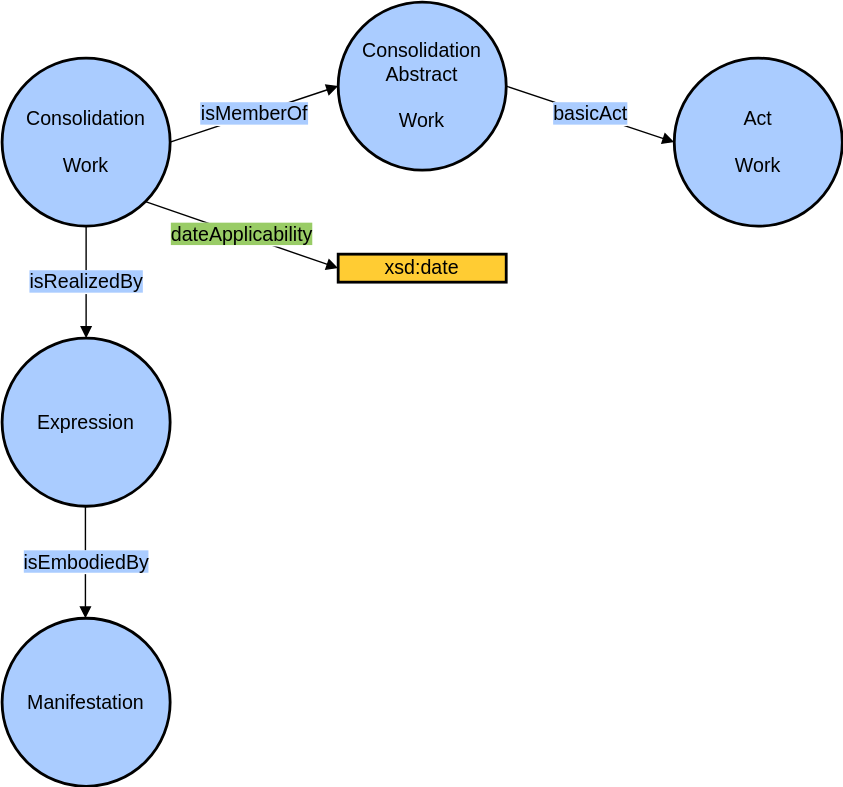
Before: doc/img/cc_general.svg, a diagram exported from draw.io (bequrios/jolux-sphinx). Source tidied: cells renumbered, new cells last; positions are measured from the earlier drawing's top-left corner, leaving out a move shared by most shapes. Source of this version:
```xml
<mxGraphModel>
  <root>
    <mxCell id="0" />
    <mxCell id="1" parent="0" />
    <mxCell id="2" value="Consolidation&lt;br&gt;Abstract&lt;br&gt;&lt;br&gt;Work" style="ellipse;whiteSpace=wrap;html=1;rounded=0;shadow=0;glass=0;comic=0;strokeColor=#000000;strokeWidth=2;fillColor=#acf;gradientColor=none;fontSize=14;fontColor=#000000;align=center;" parent="1" vertex="1">
      <mxGeometry x="240" width="120" height="120" as="geometry" />
    </mxCell>
    <mxCell id="3" value="Consolidation&lt;br&gt;&lt;br&gt;Work" style="ellipse;whiteSpace=wrap;html=1;rounded=0;shadow=0;glass=0;comic=0;strokeColor=#000000;strokeWidth=2;fillColor=#acf;gradientColor=none;fontSize=14;fontColor=#000000;align=center;" parent="1" vertex="1">
      <mxGeometry y="40" width="120" height="120" as="geometry" />
    </mxCell>
    <mxCell id="4" value="xsd:date" style="whiteSpace=wrap;html=1;rounded=0;shadow=0;glass=0;comic=0;strokeColor=#000000;strokeWidth=2;fillColor=#fc3;gradientColor=none;fontSize=14;fontColor=#000000;align=center;" parent="1" vertex="1">
      <mxGeometry x="240" y="180" width="120" height="20" as="geometry" />
    </mxCell>
    <mxCell id="5" value="&lt;span style=&quot;background-color: rgb(153 , 204 , 102)&quot;&gt;dateApplicability&lt;/span&gt;" style="endArrow=block;html=1;strokeColor=#000000;fontSize=14;fontColor=#000000;endFill=1;exitX=1;exitY=1;exitDx=0;exitDy=0;entryX=0;entryY=0.5;entryDx=0;entryDy=0;" parent="1" edge="1" source="3" target="4">
      <mxGeometry relative="1" as="geometry" />
    </mxCell>
    <mxCell id="6" value="&lt;span style=&quot;background-color: rgb(170 , 204 , 255)&quot;&gt;isMemberOf&lt;/span&gt;" style="endArrow=block;html=1;strokeColor=#000000;fontSize=14;fontColor=#000000;endFill=1;exitX=1;exitY=0.5;exitDx=0;exitDy=0;entryX=0;entryY=0.5;entryDx=0;entryDy=0;" parent="1" edge="1" source="3" target="2">
      <mxGeometry relative="1" as="geometry" />
    </mxCell>
    <mxCell id="7" value="Expression" style="ellipse;whiteSpace=wrap;html=1;rounded=0;shadow=0;glass=0;comic=0;strokeColor=#000000;strokeWidth=2;fillColor=#acf;gradientColor=none;fontSize=14;fontColor=#000000;align=center;" parent="1" vertex="1">
      <mxGeometry y="240" width="120" height="120" as="geometry" />
    </mxCell>
    <mxCell id="8" value="Manifestation" style="ellipse;whiteSpace=wrap;html=1;rounded=0;shadow=0;glass=0;comic=0;strokeColor=#000000;strokeWidth=2;fillColor=#acf;gradientColor=none;fontSize=14;fontColor=#000000;align=center;" parent="1" vertex="1">
      <mxGeometry y="440" width="120" height="120" as="geometry" />
    </mxCell>
    <mxCell id="9" value="&lt;span style=&quot;background-color: rgb(170 , 204 , 255)&quot;&gt;isRealizedBy&lt;/span&gt;" style="endArrow=block;html=1;strokeColor=#000000;fontSize=14;fontColor=#000000;endFill=1;exitX=0.5;exitY=1;exitDx=0;exitDy=0;entryX=0.5;entryY=0;entryDx=0;entryDy=0;" parent="1" edge="1" source="3" target="7">
      <mxGeometry relative="1" as="geometry" />
    </mxCell>
    <mxCell id="10" value="&lt;span style=&quot;background-color: rgb(170 , 204 , 255)&quot;&gt;isEmbodiedBy&lt;/span&gt;" style="endArrow=block;html=1;strokeColor=#000000;fontSize=14;fontColor=#000000;endFill=1;exitX=0.5;exitY=1;exitDx=0;exitDy=0;entryX=0.5;entryY=0;entryDx=0;entryDy=0;" parent="1" edge="1">
      <mxGeometry relative="1" as="geometry">
        <mxPoint x="59.5" y="360" as="sourcePoint" />
        <mxPoint x="59.5" y="440" as="targetPoint" />
      </mxGeometry>
    </mxCell>
    <mxCell id="11" value="Act&lt;br&gt;&lt;br&gt;Work" style="ellipse;whiteSpace=wrap;html=1;rounded=0;shadow=0;glass=0;comic=0;strokeColor=#000000;strokeWidth=2;fillColor=#acf;gradientColor=none;fontSize=14;fontColor=#000000;align=center;" parent="1" vertex="1">
      <mxGeometry x="480" y="40" width="120" height="120" as="geometry" />
    </mxCell>
    <mxCell id="12" value="&lt;span style=&quot;background-color: rgb(170 , 204 , 255)&quot;&gt;basicAct&lt;/span&gt;" style="endArrow=block;html=1;strokeColor=#000000;fontSize=14;fontColor=#000000;endFill=1;exitX=1;exitY=0.5;exitDx=0;exitDy=0;entryX=0;entryY=0.5;entryDx=0;entryDy=0;" parent="1" edge="1" source="2" target="11">
      <mxGeometry relative="1" as="geometry" />
    </mxCell>
  </root>
</mxGraphModel>
```
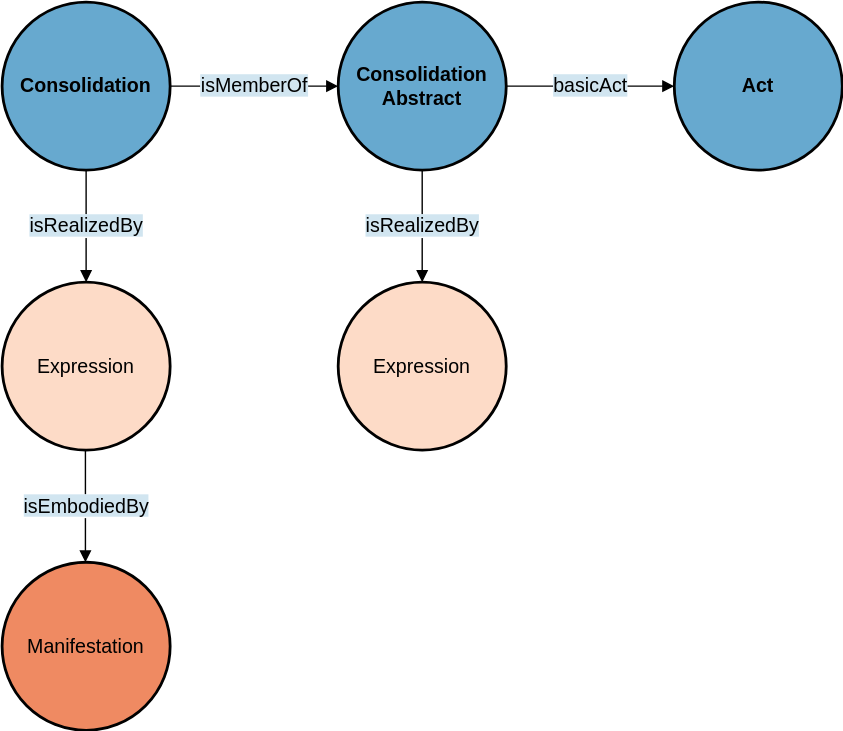
Later version of the same file.

Diff of the diagram source:
```diff
@@ -2,41 +2,41 @@
   <root>
     <mxCell id="0" />
     <mxCell id="1" parent="0" />
-    <mxCell id="2" value="Consolidation&lt;br&gt;Abstract&lt;br&gt;&lt;br&gt;Work" style="ellipse;whiteSpace=wrap;html=1;rounded=0;shadow=0;glass=0;comic=0;strokeColor=#000000;strokeWidth=2;fillColor=#acf;gradientColor=none;fontSize=14;fontColor=#000000;align=center;" parent="1" vertex="1">
-      <mxGeometry x="240" width="120" height="120" as="geometry" />
+    <mxCell id="2" value="&lt;b&gt;Consolidation&lt;br&gt;Abstract&lt;/b&gt;" style="ellipse;whiteSpace=wrap;html=1;rounded=0;shadow=0;glass=0;comic=0;strokeColor=#000000;strokeWidth=2;fillColor=#67A9CF;gradientColor=none;fontSize=14;fontColor=#000000;align=center;" parent="1" vertex="1">
+      <mxGeometry x="240" y="40" width="120" height="120" as="geometry" />
     </mxCell>
-    <mxCell id="3" value="Consolidation&lt;br&gt;&lt;br&gt;Work" style="ellipse;whiteSpace=wrap;html=1;rounded=0;shadow=0;glass=0;comic=0;strokeColor=#000000;strokeWidth=2;fillColor=#acf;gradientColor=none;fontSize=14;fontColor=#000000;align=center;" parent="1" vertex="1">
+    <mxCell id="3" value="&lt;b&gt;Consolidation&lt;/b&gt;" style="ellipse;whiteSpace=wrap;html=1;rounded=0;shadow=0;glass=0;comic=0;strokeColor=#000000;strokeWidth=2;fillColor=#67A9CF;gradientColor=none;fontSize=14;fontColor=#000000;align=center;" parent="1" vertex="1">
       <mxGeometry y="40" width="120" height="120" as="geometry" />
     </mxCell>
-    <mxCell id="4" value="xsd:date" style="whiteSpace=wrap;html=1;rounded=0;shadow=0;glass=0;comic=0;strokeColor=#000000;strokeWidth=2;fillColor=#fc3;gradientColor=none;fontSize=14;fontColor=#000000;align=center;" parent="1" vertex="1">
-      <mxGeometry x="240" y="180" width="120" height="20" as="geometry" />
-    </mxCell>
-    <mxCell id="5" value="&lt;span style=&quot;background-color: rgb(153 , 204 , 102)&quot;&gt;dateApplicability&lt;/span&gt;" style="endArrow=block;html=1;strokeColor=#000000;fontSize=14;fontColor=#000000;endFill=1;exitX=1;exitY=1;exitDx=0;exitDy=0;entryX=0;entryY=0.5;entryDx=0;entryDy=0;" parent="1" edge="1" source="3" target="4">
-      <mxGeometry relative="1" as="geometry" />
-    </mxCell>
-    <mxCell id="6" value="&lt;span style=&quot;background-color: rgb(170 , 204 , 255)&quot;&gt;isMemberOf&lt;/span&gt;" style="endArrow=block;html=1;strokeColor=#000000;fontSize=14;fontColor=#000000;endFill=1;exitX=1;exitY=0.5;exitDx=0;exitDy=0;entryX=0;entryY=0.5;entryDx=0;entryDy=0;" parent="1" edge="1" source="3" target="2">
+    <mxCell id="6" value="&lt;span style=&quot;background-color: rgb(209, 229, 240);&quot;&gt;isMemberOf&lt;/span&gt;" style="endArrow=block;html=1;strokeColor=#000000;fontSize=14;fontColor=#000000;endFill=1;exitX=1;exitY=0.5;exitDx=0;exitDy=0;entryX=0;entryY=0.5;entryDx=0;entryDy=0;" parent="1" edge="1" source="3" target="2">
       <mxGeometry relative="1" as="geometry" />
     </mxCell>
-    <mxCell id="7" value="Expression" style="ellipse;whiteSpace=wrap;html=1;rounded=0;shadow=0;glass=0;comic=0;strokeColor=#000000;strokeWidth=2;fillColor=#acf;gradientColor=none;fontSize=14;fontColor=#000000;align=center;" parent="1" vertex="1">
+    <mxCell id="7" value="Expression" style="ellipse;whiteSpace=wrap;html=1;rounded=0;shadow=0;glass=0;comic=0;strokeColor=#000000;strokeWidth=2;fillColor=#FDDBC7;gradientColor=none;fontSize=14;fontColor=#000000;align=center;" parent="1" vertex="1">
       <mxGeometry y="240" width="120" height="120" as="geometry" />
     </mxCell>
-    <mxCell id="8" value="Manifestation" style="ellipse;whiteSpace=wrap;html=1;rounded=0;shadow=0;glass=0;comic=0;strokeColor=#000000;strokeWidth=2;fillColor=#acf;gradientColor=none;fontSize=14;fontColor=#000000;align=center;" parent="1" vertex="1">
+    <mxCell id="8" value="Manifestation" style="ellipse;whiteSpace=wrap;html=1;rounded=0;shadow=0;glass=0;comic=0;strokeColor=#000000;strokeWidth=2;fillColor=#EF8A62;gradientColor=none;fontSize=14;fontColor=#000000;align=center;" parent="1" vertex="1">
       <mxGeometry y="440" width="120" height="120" as="geometry" />
     </mxCell>
-    <mxCell id="9" value="&lt;span style=&quot;background-color: rgb(170 , 204 , 255)&quot;&gt;isRealizedBy&lt;/span&gt;" style="endArrow=block;html=1;strokeColor=#000000;fontSize=14;fontColor=#000000;endFill=1;exitX=0.5;exitY=1;exitDx=0;exitDy=0;entryX=0.5;entryY=0;entryDx=0;entryDy=0;" parent="1" edge="1" source="3" target="7">
+    <mxCell id="9" value="&lt;span style=&quot;background-color: rgb(209, 229, 240);&quot;&gt;isRealizedBy&lt;/span&gt;" style="endArrow=block;html=1;strokeColor=#000000;fontSize=14;fontColor=#000000;endFill=1;exitX=0.5;exitY=1;exitDx=0;exitDy=0;entryX=0.5;entryY=0;entryDx=0;entryDy=0;" parent="1" edge="1" source="3" target="7">
       <mxGeometry relative="1" as="geometry" />
     </mxCell>
-    <mxCell id="10" value="&lt;span style=&quot;background-color: rgb(170 , 204 , 255)&quot;&gt;isEmbodiedBy&lt;/span&gt;" style="endArrow=block;html=1;strokeColor=#000000;fontSize=14;fontColor=#000000;endFill=1;exitX=0.5;exitY=1;exitDx=0;exitDy=0;entryX=0.5;entryY=0;entryDx=0;entryDy=0;" parent="1" edge="1">
+    <mxCell id="10" value="&lt;span style=&quot;background-color: rgb(209, 229, 240);&quot;&gt;isEmbodiedBy&lt;/span&gt;" style="endArrow=block;html=1;strokeColor=#000000;fontSize=14;fontColor=#000000;endFill=1;exitX=0.5;exitY=1;exitDx=0;exitDy=0;entryX=0.5;entryY=0;entryDx=0;entryDy=0;" parent="1" edge="1">
       <mxGeometry relative="1" as="geometry">
         <mxPoint x="59.5" y="360" as="sourcePoint" />
         <mxPoint x="59.5" y="440" as="targetPoint" />
       </mxGeometry>
     </mxCell>
-    <mxCell id="11" value="Act&lt;br&gt;&lt;br&gt;Work" style="ellipse;whiteSpace=wrap;html=1;rounded=0;shadow=0;glass=0;comic=0;strokeColor=#000000;strokeWidth=2;fillColor=#acf;gradientColor=none;fontSize=14;fontColor=#000000;align=center;" parent="1" vertex="1">
+    <mxCell id="11" value="&lt;b&gt;Act&lt;/b&gt;" style="ellipse;whiteSpace=wrap;html=1;rounded=0;shadow=0;glass=0;comic=0;strokeColor=#000000;strokeWidth=2;fillColor=#67A9CF;gradientColor=none;fontSize=14;fontColor=#000000;align=center;" parent="1" vertex="1">
       <mxGeometry x="480" y="40" width="120" height="120" as="geometry" />
     </mxCell>
-    <mxCell id="12" value="&lt;span style=&quot;background-color: rgb(170 , 204 , 255)&quot;&gt;basicAct&lt;/span&gt;" style="endArrow=block;html=1;strokeColor=#000000;fontSize=14;fontColor=#000000;endFill=1;exitX=1;exitY=0.5;exitDx=0;exitDy=0;entryX=0;entryY=0.5;entryDx=0;entryDy=0;" parent="1" edge="1" source="2" target="11">
+    <mxCell id="12" value="&lt;span style=&quot;background-color: rgb(209, 229, 240);&quot;&gt;basicAct&lt;/span&gt;" style="endArrow=block;html=1;strokeColor=#000000;fontSize=14;fontColor=#000000;endFill=1;exitX=1;exitY=0.5;exitDx=0;exitDy=0;entryX=0;entryY=0.5;entryDx=0;entryDy=0;" parent="1" edge="1" source="2" target="11">
       <mxGeometry relative="1" as="geometry" />
     </mxCell>
+    <mxCell id="13" value="Expression" style="ellipse;whiteSpace=wrap;html=1;rounded=0;shadow=0;glass=0;comic=0;strokeColor=#000000;strokeWidth=2;fillColor=#FDDBC7;gradientColor=none;fontSize=14;fontColor=#000000;align=center;" parent="1" vertex="1">
+      <mxGeometry x="240" y="240" width="120" height="120" as="geometry" />
+    </mxCell>
+    <mxCell id="14" value="&lt;span style=&quot;background-color: rgb(209, 229, 240);&quot;&gt;isRealizedBy&lt;/span&gt;" style="endArrow=block;html=1;strokeColor=#000000;fontSize=14;fontColor=#000000;endFill=1;exitX=0.5;exitY=1;exitDx=0;exitDy=0;entryX=0.5;entryY=0;entryDx=0;entryDy=0;" parent="1" edge="1" source="2" target="13">
+      <mxGeometry relative="1" as="geometry" />
+    </mxCell>
   </root>
 </mxGraphModel>
```
